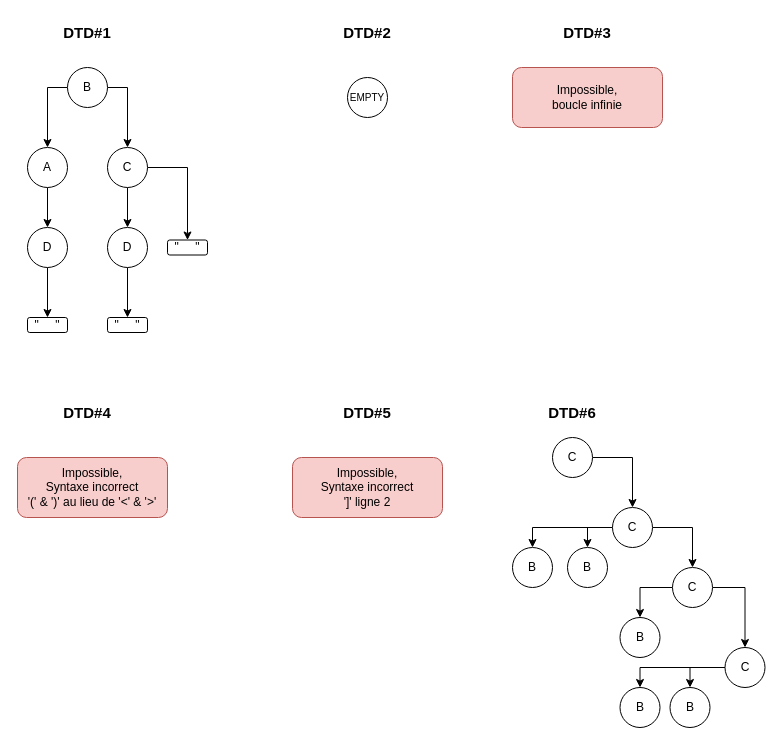
Above: page "DTD" (1 of 3) of HMIN103/td/td2/exo2.drawio in DocAmaroo/M1Aigle (draw.io), before the change. Source tidied: cells renumbered, new cells numbered last; positions are measured from the earlier drawing's top-left corner, leaving out a move shared by most shapes. Both pictures are drawn from the tidied source at 100%, with x=0, y=0 at pixel (17, 17).
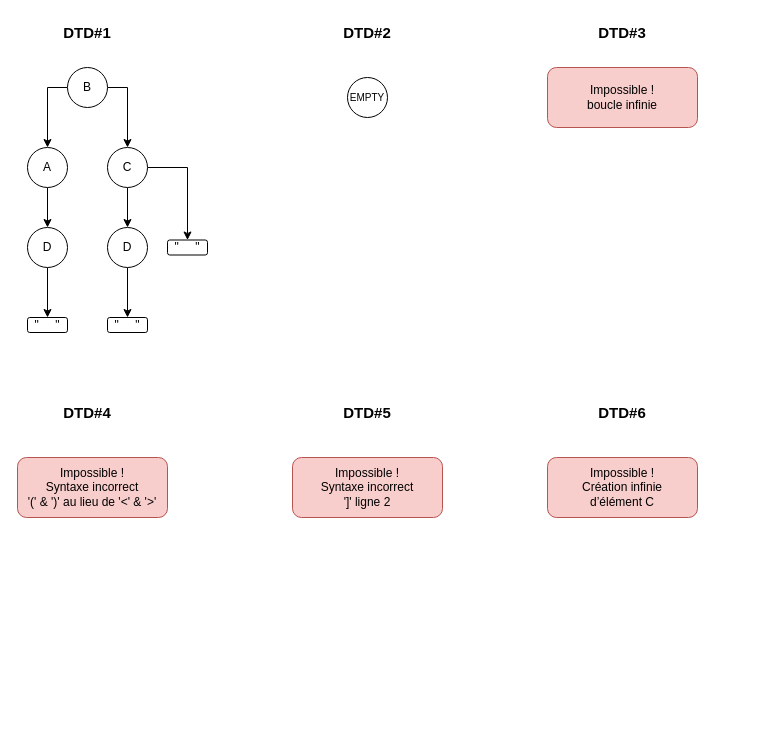
After the change.

Change to the diagram source:
```diff
@@
     <mxCell id="20" value="&lt;b&gt;&lt;font style=&quot;font-size: 15px&quot;&gt;DTD#3&lt;br&gt;&lt;/font&gt;&lt;/b&gt;" style="text;html=1;strokeColor=none;fillColor=none;align=center;verticalAlign=middle;whiteSpace=wrap;rounded=0;" parent="1" vertex="1">
-      <mxGeometry x="530" width="80" height="30" as="geometry" />
+      <mxGeometry x="565" width="80" height="30" as="geometry" />
     </mxCell>
-    <mxCell id="21" value="Impossible, &lt;br&gt;boucle infinie" style="rounded=1;whiteSpace=wrap;html=1;fillColor=#f8cecc;strokeColor=#b85450;" parent="1" vertex="1">
-      <mxGeometry x="495" y="50" width="150" height="60" as="geometry" />
+    <mxCell id="21" value="Impossible !&lt;br&gt;boucle infinie" style="rounded=1;whiteSpace=wrap;html=1;fillColor=#f8cecc;strokeColor=#b85450;" parent="1" vertex="1">
+      <mxGeometry x="530" y="50" width="150" height="60" as="geometry" />
     </mxCell>
@@
-    <mxCell id="23" value="Impossible,&lt;br&gt;Syntaxe incorrect&lt;br&gt;'(' &amp;amp; ')' au lieu de '&amp;lt;' &amp;amp; '&amp;gt;'" style="rounded=1;whiteSpace=wrap;html=1;fillColor=#f8cecc;strokeColor=#b85450;" parent="1" vertex="1">
+    <mxCell id="23" value="Impossible !&lt;br&gt;Syntaxe incorrect&lt;br&gt;'(' &amp;amp; ')' au lieu de '&amp;lt;' &amp;amp; '&amp;gt;'" style="rounded=1;whiteSpace=wrap;html=1;fillColor=#f8cecc;strokeColor=#b85450;" parent="1" vertex="1">
       <mxGeometry y="440" width="150" height="60" as="geometry" />
     </mxCell>
@@
-    <mxCell id="25" value="Impossible,&lt;br&gt;Syntaxe incorrect&lt;br&gt;']' ligne 2" style="rounded=1;whiteSpace=wrap;html=1;fillColor=#f8cecc;strokeColor=#b85450;" parent="1" vertex="1">
+    <mxCell id="25" value="Impossible !&lt;br&gt;Syntaxe incorrect&lt;br&gt;']' ligne 2" style="rounded=1;whiteSpace=wrap;html=1;fillColor=#f8cecc;strokeColor=#b85450;" parent="1" vertex="1">
       <mxGeometry x="275" y="440" width="150" height="60" as="geometry" />
     </mxCell>
     <mxCell id="26" value="&lt;b&gt;&lt;font style=&quot;font-size: 15px&quot;&gt;DTD#6&lt;br&gt;&lt;/font&gt;&lt;/b&gt;" style="text;html=1;strokeColor=none;fillColor=none;align=center;verticalAlign=middle;whiteSpace=wrap;rounded=0;" parent="1" vertex="1">
-      <mxGeometry x="515" y="380" width="80" height="30" as="geometry" />
+      <mxGeometry x="565" y="380" width="80" height="30" as="geometry" />
     </mxCell>
-    <mxCell id="27" style="edgeStyle=orthogonalEdgeStyle;rounded=0;jettySize=auto;html=1;exitX=1;exitY=0.5;exitDx=0;exitDy=0;entryX=0.5;entryY=0;entryDx=0;entryDy=0;" parent="1" edge="1" source="28" target="32">
-      <mxGeometry relative="1" as="geometry" />
-    </mxCell>
-    <mxCell id="28" value="C" style="ellipse;whiteSpace=wrap;html=1;" parent="1" vertex="1">
-      <mxGeometry x="535" y="420" width="40" height="40" as="geometry" />
-    </mxCell>
-    <mxCell id="29" style="edgeStyle=orthogonalEdgeStyle;rounded=0;jettySize=auto;html=1;exitX=1;exitY=0.5;exitDx=0;exitDy=0;entryX=0.5;entryY=0;entryDx=0;entryDy=0;" parent="1" edge="1" source="32" target="35">
-      <mxGeometry relative="1" as="geometry" />
-    </mxCell>
-    <mxCell id="30" style="edgeStyle=orthogonalEdgeStyle;rounded=0;jettySize=auto;html=1;exitX=0;exitY=0.5;exitDx=0;exitDy=0;entryX=0.5;entryY=0;entryDx=0;entryDy=0;" parent="1" edge="1" source="32" target="39">
-      <mxGeometry relative="1" as="geometry" />
-    </mxCell>
-    <mxCell id="31" style="edgeStyle=orthogonalEdgeStyle;rounded=0;jettySize=auto;html=1;exitX=0;exitY=0.5;exitDx=0;exitDy=0;entryX=0.5;entryY=0;entryDx=0;entryDy=0;" parent="1" edge="1" source="32" target="43">
-      <mxGeometry relative="1" as="geometry" />
-    </mxCell>
-    <mxCell id="32" value="C" style="ellipse;whiteSpace=wrap;html=1;" parent="1" vertex="1">
-      <mxGeometry x="595" y="490" width="40" height="40" as="geometry" />
-    </mxCell>
-    <mxCell id="33" style="edgeStyle=orthogonalEdgeStyle;rounded=0;jettySize=auto;html=1;exitX=1;exitY=0.5;exitDx=0;exitDy=0;entryX=0.5;entryY=0;entryDx=0;entryDy=0;" parent="1" edge="1" source="35" target="38">
-      <mxGeometry relative="1" as="geometry" />
-    </mxCell>
-    <mxCell id="34" style="edgeStyle=orthogonalEdgeStyle;rounded=0;jettySize=auto;html=1;exitX=0;exitY=0.5;exitDx=0;exitDy=0;entryX=0.5;entryY=0;entryDx=0;entryDy=0;" parent="1" edge="1" source="35" target="40">
-      <mxGeometry relative="1" as="geometry" />
-    </mxCell>
-    <mxCell id="35" value="C" style="ellipse;whiteSpace=wrap;html=1;" parent="1" vertex="1">
-      <mxGeometry x="655" y="550" width="40" height="40" as="geometry" />
-    </mxCell>
-    <mxCell id="36" style="edgeStyle=orthogonalEdgeStyle;rounded=0;jettySize=auto;html=1;exitX=0;exitY=0.5;exitDx=0;exitDy=0;entryX=0.5;entryY=0;entryDx=0;entryDy=0;" parent="1" edge="1" source="38" target="41">
-      <mxGeometry relative="1" as="geometry" />
-    </mxCell>
-    <mxCell id="37" style="edgeStyle=orthogonalEdgeStyle;rounded=0;jettySize=auto;html=1;exitX=0;exitY=0.5;exitDx=0;exitDy=0;entryX=0.5;entryY=0;entryDx=0;entryDy=0;" parent="1" edge="1" source="38" target="42">
-      <mxGeometry relative="1" as="geometry" />
-    </mxCell>
-    <mxCell id="38" value="C" style="ellipse;whiteSpace=wrap;html=1;" parent="1" vertex="1">
-      <mxGeometry x="707.5" y="630" width="40" height="40" as="geometry" />
-    </mxCell>
-    <mxCell id="39" value="B" style="ellipse;whiteSpace=wrap;html=1;" parent="1" vertex="1">
-      <mxGeometry x="550" y="530" width="40" height="40" as="geometry" />
-    </mxCell>
-    <mxCell id="40" value="B" style="ellipse;whiteSpace=wrap;html=1;" parent="1" vertex="1">
-      <mxGeometry x="602.5" y="600" width="40" height="40" as="geometry" />
-    </mxCell>
-    <mxCell id="41" value="B" style="ellipse;whiteSpace=wrap;html=1;" parent="1" vertex="1">
-      <mxGeometry x="652.5" y="670" width="40" height="40" as="geometry" />
-    </mxCell>
-    <mxCell id="42" value="B" style="ellipse;whiteSpace=wrap;html=1;" parent="1" vertex="1">
-      <mxGeometry x="602.5" y="670" width="40" height="40" as="geometry" />
-    </mxCell>
-    <mxCell id="43" value="B" style="ellipse;whiteSpace=wrap;html=1;" parent="1" vertex="1">
-      <mxGeometry x="495" y="530" width="40" height="40" as="geometry" />
-    </mxCell>
+    <mxCell id="44" value="Impossible !&lt;br&gt;Création infinie &lt;br&gt;d’élément C" style="rounded=1;whiteSpace=wrap;html=1;fillColor=#f8cecc;strokeColor=#b85450;" parent="1" vertex="1">
+      <mxGeometry x="530" y="440" width="150" height="60" as="geometry" />
+    </mxCell>
```
